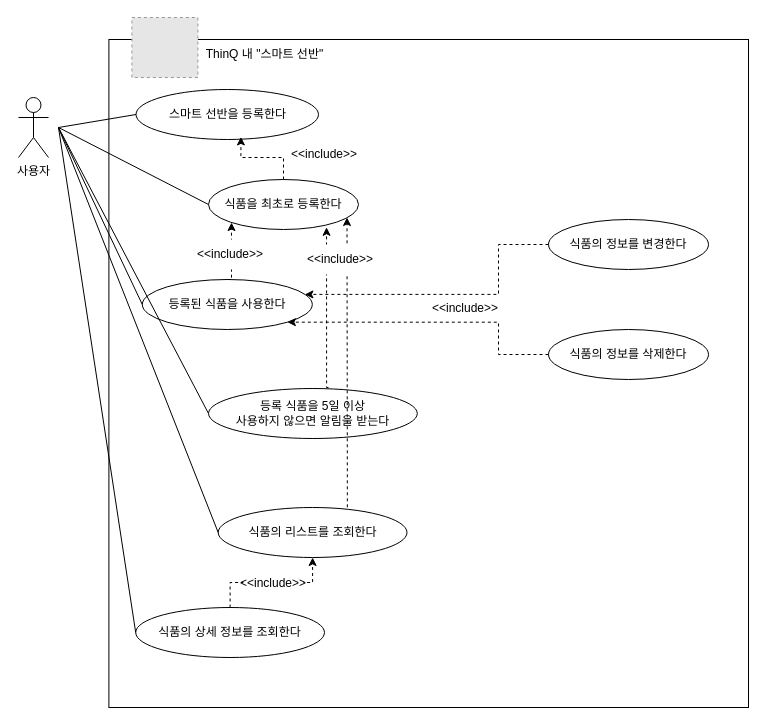
coin-cidence/FT_ieland_Introduce keeps this draw.io diagram as 유스케이스 다이어그램.drawio. Above is the earlier version. Source tidied: cells renumbered, new cells numbered last; positions are measured from the earlier drawing's top-left corner, leaving out a move shared by most shapes. Both pictures are drawn from the tidied source at 100%, with x=0, y=0 at pixel (18, 17). Pictures stored in the file or linked from it are replaced by grey dashed boxes.
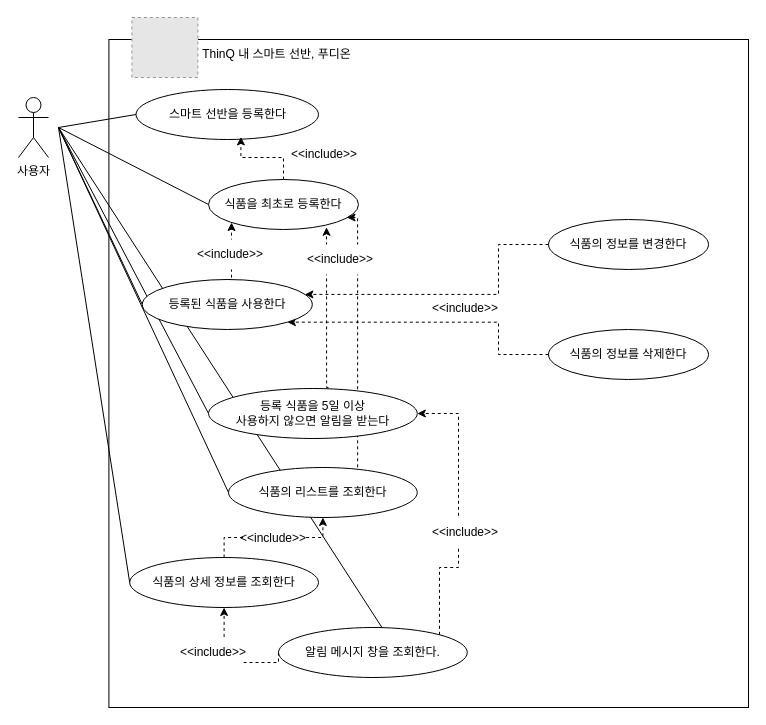
The same diagram, later.

Commit message:
유스케이스 다이어그램.drawio 업데이트

The edit, as a diff of the source:
```diff
@@
-    <mxCell id="6" value="등록된 식품을 사용한다" style="ellipse;whiteSpace=wrap;html=1;" parent="1" vertex="1">
-      <mxGeometry x="123.8" y="262" width="170" height="50" as="geometry" />
-    </mxCell>
@@
-    <mxCell id="16" value="ThinQ 내 &quot;스마트 선반&quot;" style="text;html=1;align=center;verticalAlign=middle;whiteSpace=wrap;rounded=0;" parent="1" vertex="1">
-      <mxGeometry x="170" y="22" width="152.5" height="30" as="geometry" />
+    <mxCell id="16" value="ThinQ 내 스마트 선반, 푸디온" style="text;html=1;align=center;verticalAlign=middle;whiteSpace=wrap;rounded=0;" parent="1" vertex="1">
+      <mxGeometry x="181.6" y="22" width="152.5" height="30" as="geometry" />
     </mxCell>
-    <mxCell id="17" value="등록 식품을 5일 이상&lt;div&gt;&lt;span style=&quot;background-color: initial;&quot;&gt;사용하지 않으면 알림을 받는다&lt;/span&gt;&lt;/div&gt;" style="ellipse;whiteSpace=wrap;html=1;" parent="1" vertex="1">
-      <mxGeometry x="190" y="371" width="208.8" height="50" as="geometry" />
-    </mxCell>
@@
-    <mxCell id="21" value="식품의 리스트를 조회한다" style="ellipse;whiteSpace=wrap;html=1;" parent="1" vertex="1">
-      <mxGeometry x="199.7" y="490" width="188.8" height="50" as="geometry" />
-    </mxCell>
     <mxCell id="22" value="식품의 상세 정보를 조회한다" style="ellipse;whiteSpace=wrap;html=1;" parent="1" vertex="1">
-      <mxGeometry x="117.2" y="590" width="188.8" height="50" as="geometry" />
+      <mxGeometry x="111.2" y="540" width="188.8" height="50" as="geometry" />
     </mxCell>
@@
     <mxCell id="28" style="edgeStyle=orthogonalEdgeStyle;rounded=0;jettySize=auto;html=1;strokeColor=default;dashed=1;entryX=0.787;entryY=0.956;entryDx=0;entryDy=0;entryPerimeter=0;exitX=0.684;exitY=-0.004;exitDx=0;exitDy=0;exitPerimeter=0;" parent="1" edge="1" source="21">
       <mxGeometry relative="1" as="geometry">
         <mxPoint x="328.5" y="200" as="targetPoint" />
         <Array as="points">
-          <mxPoint x="329" y="430" />
-          <mxPoint x="329" y="430" />
+          <mxPoint x="340" y="200" />
         </Array>
       </mxGeometry>
     </mxCell>
@@
     <mxCell id="31" value="&amp;lt;&amp;lt;include&amp;gt;&amp;gt;" style="text;html=1;align=center;verticalAlign=middle;whiteSpace=wrap;rounded=0;fillColor=default;" parent="1" vertex="1">
-      <mxGeometry x="224.9" y="551" width="60" height="30" as="geometry" />
+      <mxGeometry x="224.9" y="506" width="60" height="30" as="geometry" />
     </mxCell>
+    <mxCell id="32" value="알림 메시지 창을 조회한다." style="ellipse;whiteSpace=wrap;html=1;" parent="1" vertex="1">
+      <mxGeometry x="260" y="610" width="188.8" height="50" as="geometry" />
+    </mxCell>
+    <mxCell id="33" style="endArrow=none;html=1;rounded=0;entryX=0.548;entryY=0;entryDx=0;entryDy=0;entryPerimeter=0;" parent="1" edge="1" target="32">
+      <mxGeometry relative="1" as="geometry">
+        <mxPoint x="40" y="110" as="sourcePoint" />
+      </mxGeometry>
+    </mxCell>
+    <mxCell id="34" style="edgeStyle=orthogonalEdgeStyle;rounded=0;jettySize=auto;html=1;strokeColor=default;dashed=1;exitX=0;exitY=0.5;exitDx=0;exitDy=0;entryX=0.5;entryY=1;entryDx=0;entryDy=0;" parent="1" edge="1" source="32" target="22">
+      <mxGeometry relative="1" as="geometry">
+        <Array as="points">
+          <mxPoint x="206" y="645" />
+        </Array>
+      </mxGeometry>
+    </mxCell>
+    <mxCell id="35" value="&amp;lt;&amp;lt;include&amp;gt;&amp;gt;" style="text;html=1;align=center;verticalAlign=middle;whiteSpace=wrap;rounded=0;fillColor=default;" parent="1" vertex="1">
+      <mxGeometry x="164.9" y="620" width="60" height="30" as="geometry" />
+    </mxCell>
+    <mxCell id="36" style="edgeStyle=orthogonalEdgeStyle;rounded=0;jettySize=auto;html=1;strokeColor=default;dashed=1;exitX=1;exitY=0;exitDx=0;exitDy=0;entryX=1;entryY=0.5;entryDx=0;entryDy=0;" parent="1" edge="1" source="32" target="17">
+      <mxGeometry relative="1" as="geometry">
+        <Array as="points">
+          <mxPoint x="421" y="550" />
+          <mxPoint x="440" y="550" />
+          <mxPoint x="440" y="396" />
+        </Array>
+      </mxGeometry>
+    </mxCell>
+    <mxCell id="37" value="&amp;lt;&amp;lt;include&amp;gt;&amp;gt;" style="text;html=1;align=center;verticalAlign=middle;whiteSpace=wrap;rounded=0;fillColor=default;" parent="1" vertex="1">
+      <mxGeometry x="417" y="500" width="60" height="30" as="geometry" />
+    </mxCell>
+    <mxCell id="17" value="등록 식품을 5일 이상&lt;div&gt;&lt;span style=&quot;background-color: initial;&quot;&gt;사용하지 않으면 알림을 받는다&lt;/span&gt;&lt;/div&gt;" style="ellipse;whiteSpace=wrap;html=1;" parent="1" vertex="1">
+      <mxGeometry x="190" y="371" width="208.8" height="50" as="geometry" />
+    </mxCell>
+    <mxCell id="21" value="식품의 리스트를 조회한다" style="ellipse;whiteSpace=wrap;html=1;" parent="1" vertex="1">
+      <mxGeometry x="210" y="450" width="188.8" height="50" as="geometry" />
+    </mxCell>
+    <mxCell id="6" value="등록된 식품을 사용한다" style="ellipse;whiteSpace=wrap;html=1;" parent="1" vertex="1">
+      <mxGeometry x="123.8" y="262" width="170" height="50" as="geometry" />
+    </mxCell>
```
